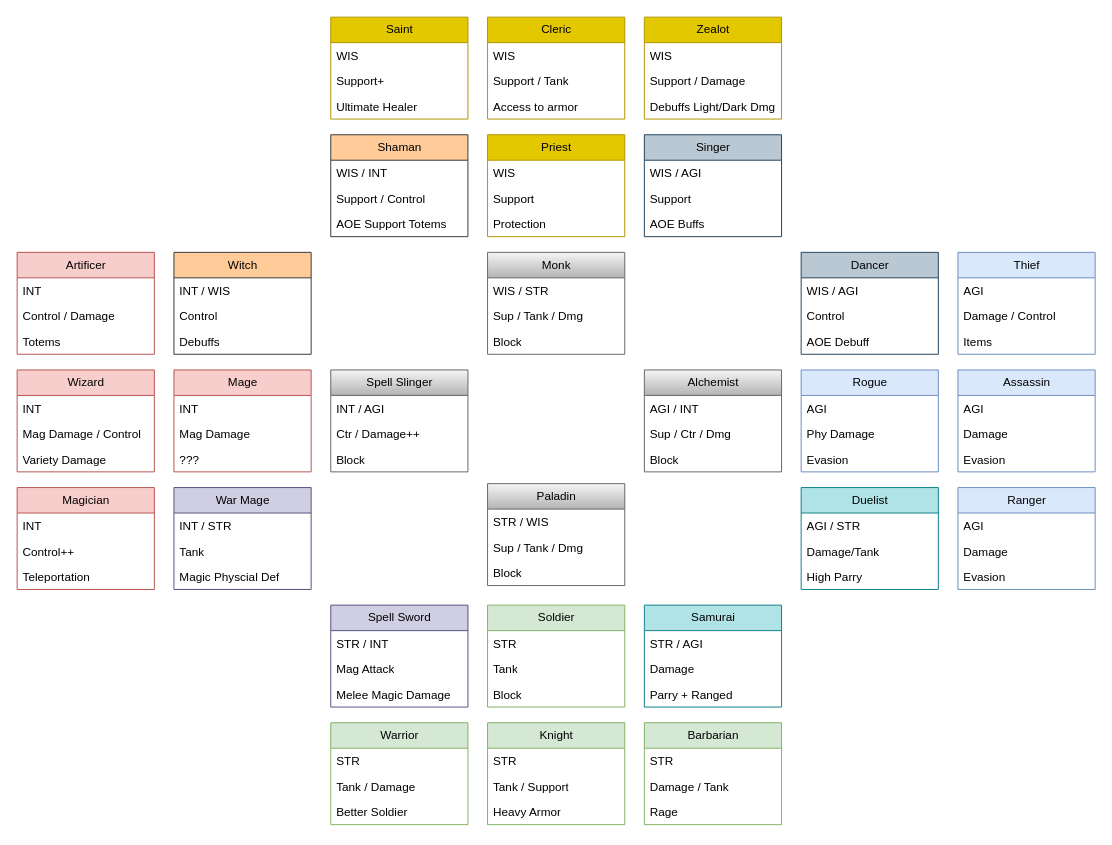
Earlier version of the draw.io diagram notes/Classes.drawio (jhunt10/Pages). Source tidied: cells renumbered, new cells numbered last; positions are measured from the earlier drawing's top-left corner, leaving out a move shared by most shapes. Both pictures are drawn from the tidied source at 98%, with x=0, y=0 at pixel (17, 17).
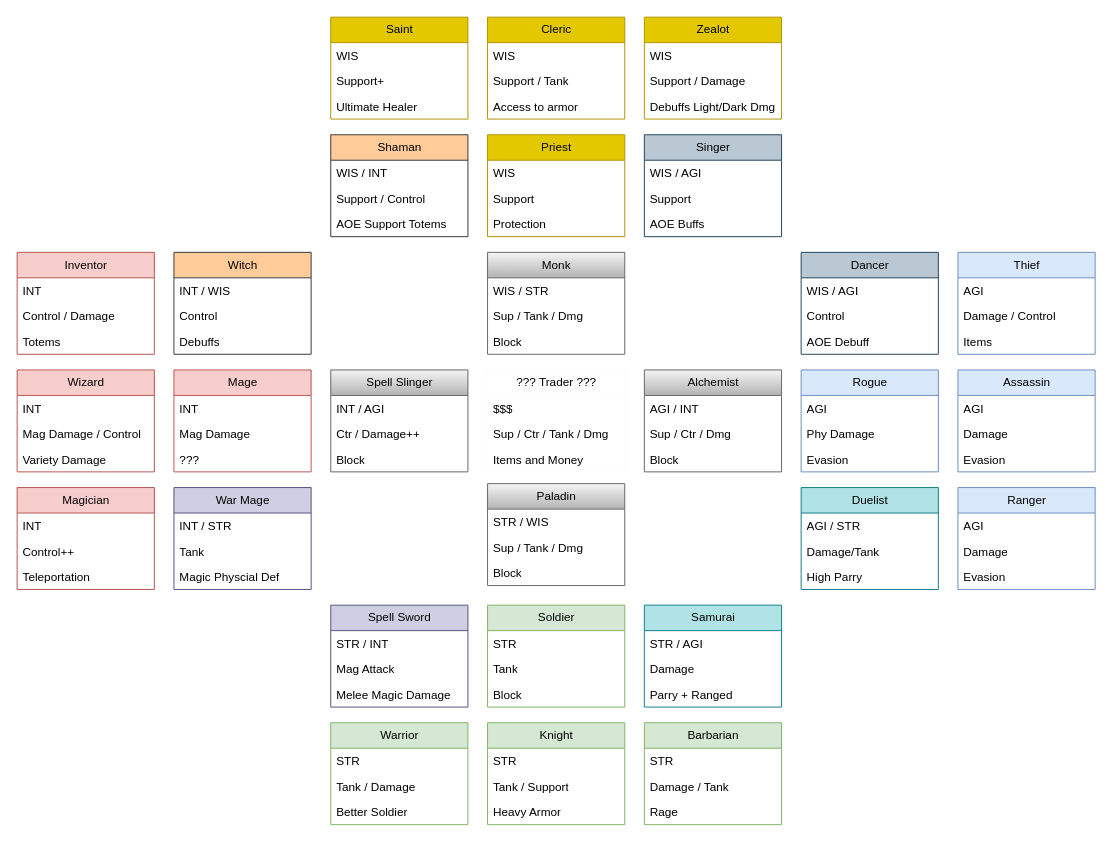
Above is the later version.

What changed in the source:
```diff
@@
-    <mxCell id="98" value="Artificer" style="swimlane;fontStyle=0;horizontal=1;startSize=26;fillColor=#f8cecc;html=1;strokeColor=#b85450;" parent="1" vertex="1">
+    <mxCell id="98" value="Inventor" style="swimlane;fontStyle=0;horizontal=1;startSize=26;fillColor=#f8cecc;html=1;strokeColor=#b85450;" parent="1" vertex="1">
       <mxGeometry y="240" width="140" height="104" as="geometry" />
     </mxCell>
@@
+    <mxCell id="114" value="??? Trader ???" style="swimlane;fontStyle=0;horizontal=1;startSize=26;html=1;strokeColor=#FCFCFC;" parent="1" vertex="1">
+      <mxGeometry x="480" y="360" width="140" height="104" as="geometry" />
+    </mxCell>
+    <mxCell id="115" value="$$$" style="text;strokeColor=none;fillColor=none;align=left;verticalAlign=top;spacingLeft=4;spacingRight=4;overflow=hidden;whiteSpace=wrap;html=1;" parent="114" vertex="1">
+      <mxGeometry y="26" width="140" height="26" as="geometry" />
+    </mxCell>
+    <mxCell id="116" value="Sup / Ctr / Tank / Dmg" style="text;strokeColor=none;fillColor=none;align=left;verticalAlign=top;spacingLeft=4;spacingRight=4;overflow=hidden;whiteSpace=wrap;html=1;" parent="114" vertex="1">
+      <mxGeometry y="52" width="140" height="26" as="geometry" />
+    </mxCell>
+    <mxCell id="117" value="Items and Money" style="text;strokeColor=none;fillColor=none;align=left;verticalAlign=top;spacingLeft=4;spacingRight=4;overflow=hidden;whiteSpace=wrap;html=1;" parent="114" vertex="1">
+      <mxGeometry y="78" width="140" height="26" as="geometry" />
+    </mxCell>
```
